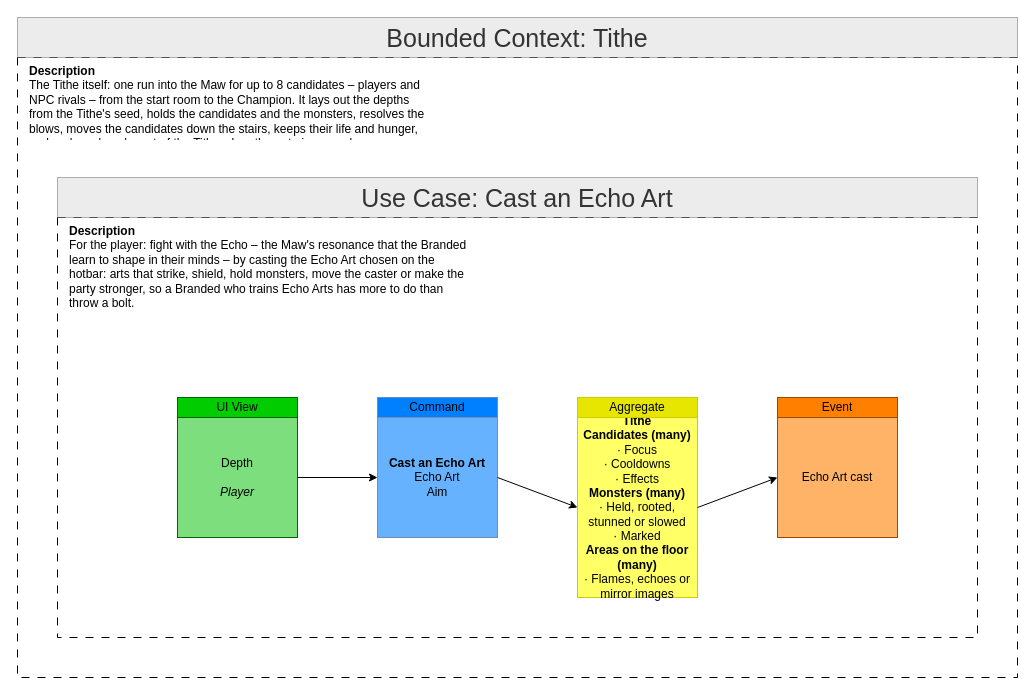
This is ProductOwner/contexts/tithe/models/Feature-047-cast-an-echo-art.drawio from tokeboisen/themaw, a draw.io file, before an edit. Source tidied: cells renumbered, new cells numbered last; positions are measured from the earlier drawing's top-left corner, leaving out a move shared by most shapes. Both pictures are drawn from the tidied source at 100%, with x=0, y=0 at pixel (17, 17).
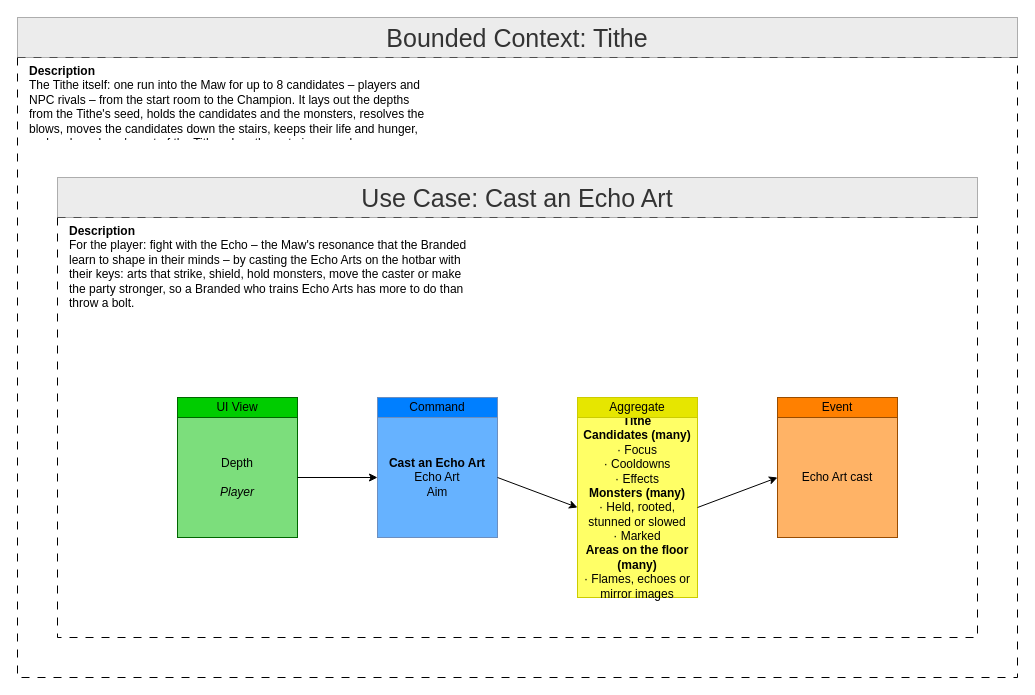
The same page after the edit.

What changed in the source:
```diff
@@
 <mxGraphModel>
   <root>
     <mxCell id="0" />
     <mxCell id="1" parent="0" />
     <mxCell id="2" style="rounded=0;whiteSpace=wrap;html=1;fillColor=none;dashed=1;dashPattern=8 8;" parent="1" vertex="1">
       <mxGeometry y="40" width="1000" height="620" as="geometry" />
     </mxCell>
     <mxCell id="3" value="Bounded Context: Tithe" style="text;html=1;whiteSpace=wrap;strokeColor=#666666;fillColor=#D9D9D9;align=center;verticalAlign=middle;rounded=0;fontSize=25;fontColor=#333333;opacity=50;" parent="1" vertex="1">
       <mxGeometry width="1000" height="40" as="geometry" />
     </mxCell>
     <mxCell id="4" value="&lt;div&gt;&lt;b&gt;Description&lt;/b&gt;&lt;/div&gt;The Tithe itself: one run into the Maw for up to 8 candidates – players and NPC rivals – from the start room to the Champion. It lays out the depths from the Tithe's seed, holds the candidates and the monsters, resolves the blows, moves the candidates down the stairs, keeps their life and hunger, and ends a player's part of the Tithe when the gate is passed, someone else claims it, or the player falls or leaves. It also holds the help." style="text;html=1;whiteSpace=wrap;overflow=hidden;rounded=0;strokeColor=none;fillColor=none;align=left;verticalAlign=top;" parent="1" vertex="1">
       <mxGeometry x="10" y="40" width="400" height="80" as="geometry" />
     </mxCell>
     <mxCell id="5" style="rounded=0;whiteSpace=wrap;html=1;fillColor=none;dashed=1;dashPattern=8 8;" parent="1" vertex="1">
       <mxGeometry x="40" y="200" width="920" height="420" as="geometry" />
     </mxCell>
     <mxCell id="6" value="Use Case: Cast an Echo Art" style="text;html=1;whiteSpace=wrap;strokeColor=#666666;fillColor=#D9D9D9;align=center;verticalAlign=middle;rounded=0;fontSize=25;fontColor=#333333;opacity=50;" parent="1" vertex="1">
       <mxGeometry x="40" y="160" width="920" height="40" as="geometry" />
     </mxCell>
-    <mxCell id="7" value="&lt;div&gt;&lt;b&gt;Description&lt;/b&gt;&lt;/div&gt;For the player: fight with the Echo – the Maw's resonance that the Branded learn to shape in their minds – by casting the Echo Art chosen on the hotbar: arts that strike, shield, hold monsters, move the caster or make the party stronger, so a Branded who trains Echo Arts has more to do than throw a bolt." style="text;html=1;whiteSpace=wrap;overflow=hidden;rounded=0;strokeColor=none;fillColor=none;align=left;verticalAlign=top;" parent="1" vertex="1">
+    <mxCell id="7" value="&lt;div&gt;&lt;b&gt;Description&lt;/b&gt;&lt;/div&gt;For the player: fight with the Echo – the Maw's resonance that the Branded learn to shape in their minds – by casting the Echo Arts on the hotbar with their keys: arts that strike, shield, hold monsters, move the caster or make the party stronger, so a Branded who trains Echo Arts has more to do than throw a bolt." style="text;html=1;whiteSpace=wrap;overflow=hidden;rounded=0;strokeColor=none;fillColor=none;align=left;verticalAlign=top;" parent="1" vertex="1">
       <mxGeometry x="50" y="200" width="400" height="140" as="geometry" />
     </mxCell>
     <mxCell id="8" value="Depth&lt;br&gt;&lt;br&gt;&lt;i&gt;Player&lt;/i&gt;" style="rounded=0;whiteSpace=wrap;html=1;labelBackgroundColor=none;fillColor=#7CDE7C;strokeColor=#006600;" parent="1" vertex="1">
       <mxGeometry x="160" y="400" width="120" height="120" as="geometry" />
     </mxCell>
     <mxCell id="9" value="UI View" style="rounded=0;whiteSpace=wrap;html=1;labelBackgroundColor=none;fillColor=#00CC00;strokeColor=#006600;" parent="1" vertex="1">
       <mxGeometry x="160" y="380" width="120" height="20" as="geometry" />
     </mxCell>
     <mxCell id="10" value="&lt;b&gt;Cast an Echo Art&lt;/b&gt;&lt;br&gt;Echo Art&lt;br&gt;Aim" style="rounded=0;whiteSpace=wrap;html=1;labelBackgroundColor=none;fillColor=#66B2FF;strokeColor=#6C8EBF;" parent="1" vertex="1">
       <mxGeometry x="360" y="400" width="120" height="120" as="geometry" />
     </mxCell>
     <mxCell id="11" value="Command" style="rounded=0;whiteSpace=wrap;html=1;labelBackgroundColor=none;fillColor=#007FFF;strokeColor=#6C8EBF;" parent="1" vertex="1">
       <mxGeometry x="360" y="380" width="120" height="20" as="geometry" />
     </mxCell>
     <mxCell id="12" value="&lt;b&gt;Tithe&lt;/b&gt;&lt;br&gt;&lt;b&gt;Candidates (many)&lt;/b&gt;&lt;br&gt;· Focus&lt;br&gt;· Cooldowns&lt;br&gt;· Effects&lt;br&gt;&lt;b&gt;Monsters (many)&lt;/b&gt;&lt;br&gt;· Held, rooted, stunned or slowed&lt;br&gt;· Marked&lt;br&gt;&lt;b&gt;Areas on the floor (many)&lt;/b&gt;&lt;br&gt;· Flames, echoes or mirror images" style="rounded=0;whiteSpace=wrap;html=1;labelBackgroundColor=none;fillColor=#FFFF66;strokeColor=#CCCC00;" parent="1" vertex="1">
       <mxGeometry x="560" y="400" width="120" height="180" as="geometry" />
     </mxCell>
     <mxCell id="13" value="Aggregate" style="rounded=0;whiteSpace=wrap;html=1;labelBackgroundColor=none;fillColor=#E6E600;strokeColor=#CCCC00;" parent="1" vertex="1">
       <mxGeometry x="560" y="380" width="120" height="20" as="geometry" />
     </mxCell>
     <mxCell id="14" value="Echo Art cast" style="rounded=0;whiteSpace=wrap;html=1;labelBackgroundColor=none;fillColor=#FFB366;strokeColor=#994C00;" parent="1" vertex="1">
       <mxGeometry x="760" y="400" width="120" height="120" as="geometry" />
     </mxCell>
     <mxCell id="15" value="Event" style="rounded=0;whiteSpace=wrap;html=1;labelBackgroundColor=none;fillColor=#FF8000;strokeColor=#994C00;" parent="1" vertex="1">
       <mxGeometry x="760" y="380" width="120" height="20" as="geometry" />
     </mxCell>
     <mxCell id="16" style="endArrow=classic;html=1;rounded=0;exitX=1;exitY=0.5;exitDx=0;exitDy=0;entryX=0;entryY=0.5;entryDx=0;entryDy=0;" parent="1" edge="1" source="8" target="10">
       <mxGeometry relative="1" as="geometry" />
     </mxCell>
     <mxCell id="17" style="endArrow=classic;html=1;rounded=0;exitX=1;exitY=0.5;exitDx=0;exitDy=0;entryX=0;entryY=0.5;entryDx=0;entryDy=0;" parent="1" edge="1" source="10" target="12">
       <mxGeometry relative="1" as="geometry" />
     </mxCell>
     <mxCell id="18" style="endArrow=classic;html=1;rounded=0;exitX=1;exitY=0.5;exitDx=0;exitDy=0;entryX=0;entryY=0.5;entryDx=0;entryDy=0;" parent="1" edge="1" source="12" target="14">
       <mxGeometry relative="1" as="geometry" />
     </mxCell>
   </root>
 </mxGraphModel>
```
